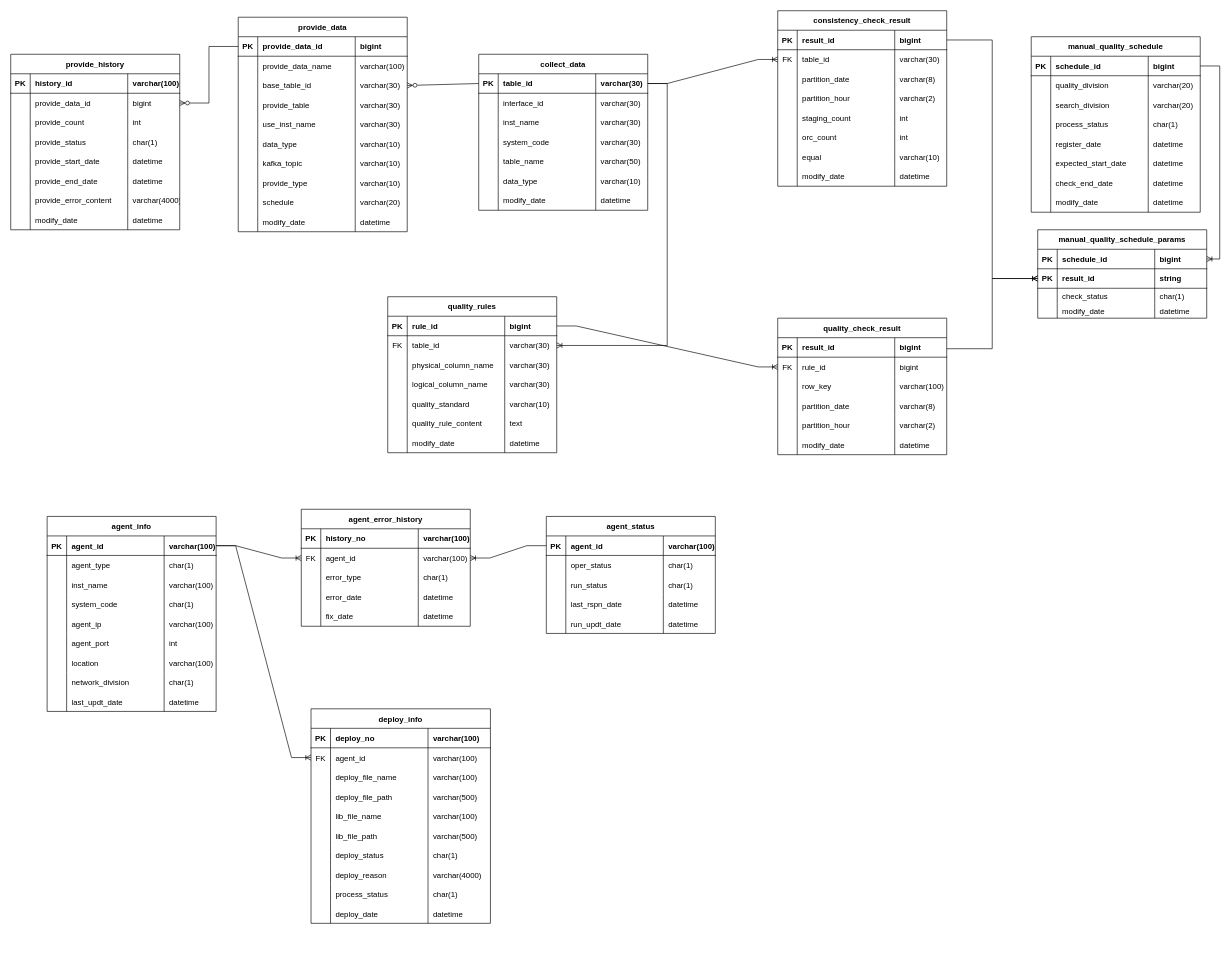
This is 빅데이터 테이블 설계.drawio from vtw-atm/bigdata-table-diagram, a draw.io file, before an edit. Source tidied: cells renumbered, new cells numbered last; positions are measured from the earlier drawing's top-left corner, leaving out a move shared by most shapes. Both pictures are drawn from the tidied source at 65%, with x=0, y=0 at pixel (10, 10).
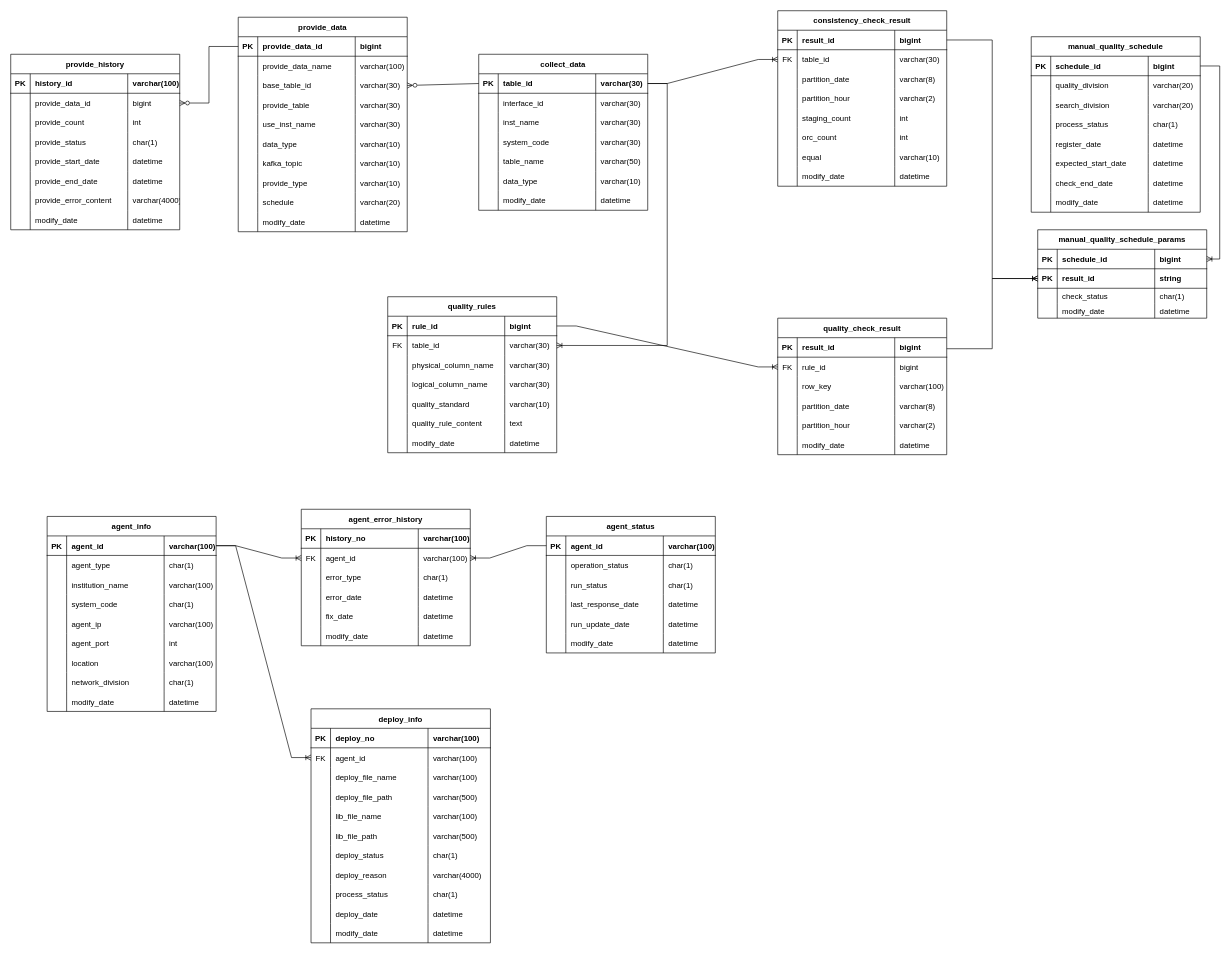
The same diagram, later.

Commit message:
에이전트 관리, 배포 관리 테이블 수정

Unchanged cells that the change refers to:
```xml
<mxCell id="280" style="shape=tableRow;horizontal=0;startSize=0;swimlaneHead=0;swimlaneBody=0;fillColor=none;top=0;left=0;right=0;bottom=0;rounded=0;" parent="271" vertex="1">
  <mxGeometry y="90" width="260" height="30" as="geometry" />
</mxCell>
<mxCell id="304" style="shape=tableRow;horizontal=0;startSize=0;swimlaneHead=0;swimlaneBody=0;fillColor=none;top=0;left=0;right=0;bottom=0;rounded=0;" parent="271" vertex="1">
  <mxGeometry y="270" width="260" height="30" as="geometry" />
</mxCell>
<mxCell id="313" style="shape=tableRow;horizontal=0;startSize=0;swimlaneHead=0;swimlaneBody=0;fillColor=none;top=0;left=0;right=0;bottom=0;rounded=0;" parent="308" vertex="1">
  <mxGeometry y="60" width="260" height="30" as="geometry" />
</mxCell>
<mxCell id="321" style="shape=tableRow;horizontal=0;startSize=0;swimlaneHead=0;swimlaneBody=0;fillColor=none;top=0;left=0;right=0;bottom=0;rounded=0;" parent="308" vertex="1">
  <mxGeometry y="120" width="260" height="30" as="geometry" />
</mxCell>
<mxCell id="325" style="shape=tableRow;horizontal=0;startSize=0;swimlaneHead=0;swimlaneBody=0;fillColor=none;top=0;left=0;right=0;bottom=0;rounded=0;" parent="308" vertex="1">
  <mxGeometry y="150" width="260" height="30" as="geometry" />
</mxCell>
```

The edit, as a diff of the source:
```diff
@@
     <mxCell id="250" value="agent_error_history" style="shape=table;startSize=30;childLayout=tableLayout;rowLines=0;fontStyle=1;align=center;rounded=0;" parent="1" vertex="1">
-      <mxGeometry x="447" y="767" width="260" height="180" as="geometry" />
+      <mxGeometry x="447" y="767" width="260" height="210" as="geometry" />
     </mxCell>
@@
+    <mxCell id="373" style="shape=tableRow;horizontal=0;startSize=0;swimlaneHead=0;swimlaneBody=0;fillColor=none;top=0;left=0;right=0;bottom=0;rounded=0;" parent="250" vertex="1">
+      <mxGeometry y="180" width="260" height="30" as="geometry" />
+    </mxCell>
+    <mxCell id="374" style="shape=partialRectangle;fillColor=none;top=0;left=0;bottom=0;right=0;overflow=hidden;rounded=0;" parent="373" vertex="1">
+      <mxGeometry width="30" height="30" as="geometry" />
+    </mxCell>
+    <mxCell id="375" value="modify_date" style="shape=partialRectangle;fillColor=none;top=0;left=0;bottom=0;right=0;align=left;spacingLeft=6;overflow=hidden;rounded=0;" parent="373" vertex="1">
+      <mxGeometry x="30" width="150" height="30" as="geometry" />
+    </mxCell>
+    <mxCell id="376" value="datetime" style="shape=partialRectangle;fillColor=none;top=0;left=0;bottom=0;right=0;align=left;spacingLeft=6;overflow=hidden;rounded=0;" parent="373" vertex="1">
+      <mxGeometry x="180" width="80" height="30" as="geometry" />
+    </mxCell>
@@
-    <mxCell id="282" value="inst_name" style="shape=partialRectangle;fillColor=none;top=0;left=0;bottom=0;right=0;align=left;spacingLeft=6;overflow=hidden;rounded=0;" parent="280" vertex="1">
+    <mxCell id="282" value="institution_name" style="shape=partialRectangle;fillColor=none;top=0;left=0;bottom=0;right=0;align=left;spacingLeft=6;overflow=hidden;rounded=0;" parent="280" vertex="1">
       <mxGeometry x="30" width="150" height="30" as="geometry" />
     </mxCell>
@@
-    <mxCell id="306" value="last_updt_date" style="shape=partialRectangle;fillColor=none;top=0;left=0;bottom=0;right=0;align=left;spacingLeft=6;overflow=hidden;rounded=0;" parent="304" vertex="1">
+    <mxCell id="306" value="modify_date" style="shape=partialRectangle;fillColor=none;top=0;left=0;bottom=0;right=0;align=left;spacingLeft=6;overflow=hidden;rounded=0;" parent="304" vertex="1">
       <mxGeometry x="30" width="150" height="30" as="geometry" />
     </mxCell>
@@
     <mxCell id="308" value="agent_status" style="shape=table;startSize=30;childLayout=tableLayout;rowLines=0;fontStyle=1;align=center;rounded=0;" parent="1" vertex="1">
-      <mxGeometry x="824" y="778" width="260" height="180" as="geometry" />
+      <mxGeometry x="824" y="778" width="260" height="210" as="geometry" />
     </mxCell>
@@
-    <mxCell id="315" value="oper_status" style="shape=partialRectangle;fillColor=none;top=0;left=0;bottom=0;right=0;align=left;spacingLeft=6;overflow=hidden;rounded=0;" parent="313" vertex="1">
+    <mxCell id="315" value="operation_status" style="shape=partialRectangle;fillColor=none;top=0;left=0;bottom=0;right=0;align=left;spacingLeft=6;overflow=hidden;rounded=0;" parent="313" vertex="1">
       <mxGeometry x="30" width="150" height="30" as="geometry" />
     </mxCell>
@@
-    <mxCell id="323" value="last_rspn_date" style="shape=partialRectangle;fillColor=none;top=0;left=0;bottom=0;right=0;align=left;spacingLeft=6;overflow=hidden;rounded=0;" parent="321" vertex="1">
+    <mxCell id="323" value="last_response_date" style="shape=partialRectangle;fillColor=none;top=0;left=0;bottom=0;right=0;align=left;spacingLeft=6;overflow=hidden;rounded=0;" parent="321" vertex="1">
       <mxGeometry x="30" width="150" height="30" as="geometry" />
     </mxCell>
@@
-    <mxCell id="327" value="run_updt_date" style="shape=partialRectangle;fillColor=none;top=0;left=0;bottom=0;right=0;align=left;spacingLeft=6;overflow=hidden;rounded=0;" parent="325" vertex="1">
+    <mxCell id="327" value="run_update_date" style="shape=partialRectangle;fillColor=none;top=0;left=0;bottom=0;right=0;align=left;spacingLeft=6;overflow=hidden;rounded=0;" parent="325" vertex="1">
       <mxGeometry x="30" width="150" height="30" as="geometry" />
     </mxCell>
@@
+    <mxCell id="377" style="shape=tableRow;horizontal=0;startSize=0;swimlaneHead=0;swimlaneBody=0;fillColor=none;top=0;left=0;right=0;bottom=0;rounded=0;" parent="308" vertex="1">
+      <mxGeometry y="180" width="260" height="30" as="geometry" />
+    </mxCell>
+    <mxCell id="378" style="shape=partialRectangle;fillColor=none;top=0;left=0;bottom=0;right=0;overflow=hidden;rounded=0;" parent="377" vertex="1">
+      <mxGeometry width="30" height="30" as="geometry" />
+    </mxCell>
+    <mxCell id="379" value="modify_date" style="shape=partialRectangle;fillColor=none;top=0;left=0;bottom=0;right=0;align=left;spacingLeft=6;overflow=hidden;rounded=0;" parent="377" vertex="1">
+      <mxGeometry x="30" width="150" height="30" as="geometry" />
+    </mxCell>
+    <mxCell id="380" value="datetime" style="shape=partialRectangle;fillColor=none;top=0;left=0;bottom=0;right=0;align=left;spacingLeft=6;overflow=hidden;rounded=0;" parent="377" vertex="1">
+      <mxGeometry x="180" width="80" height="30" as="geometry" />
+    </mxCell>
     <mxCell id="329" value="deploy_info" style="shape=table;startSize=30;childLayout=tableLayout;rowLines=0;fontStyle=1;align=center;rounded=0;" parent="1" vertex="1">
-      <mxGeometry x="462" y="1074" width="276" height="330" as="geometry" />
+      <mxGeometry x="462" y="1074" width="276" height="360" as="geometry" />
     </mxCell>
@@
+    <mxCell id="381" style="shape=tableRow;horizontal=0;startSize=0;swimlaneHead=0;swimlaneBody=0;fillColor=none;top=0;left=0;right=0;bottom=0;rounded=0;" parent="329" vertex="1">
+      <mxGeometry y="330" width="276" height="30" as="geometry" />
+    </mxCell>
+    <mxCell id="382" style="shape=partialRectangle;fillColor=none;top=0;left=0;bottom=0;right=0;overflow=hidden;rounded=0;" parent="381" vertex="1">
+      <mxGeometry width="30" height="30" as="geometry" />
+    </mxCell>
+    <mxCell id="383" value="modify_date" style="shape=partialRectangle;fillColor=none;top=0;left=0;bottom=0;right=0;align=left;spacingLeft=6;overflow=hidden;rounded=0;" parent="381" vertex="1">
+      <mxGeometry x="30" width="150" height="30" as="geometry" />
+    </mxCell>
+    <mxCell id="384" value="datetime" style="shape=partialRectangle;fillColor=none;top=0;left=0;bottom=0;right=0;align=left;spacingLeft=6;overflow=hidden;rounded=0;" parent="381" vertex="1">
+      <mxGeometry x="180" width="96" height="30" as="geometry" />
+    </mxCell>
```
